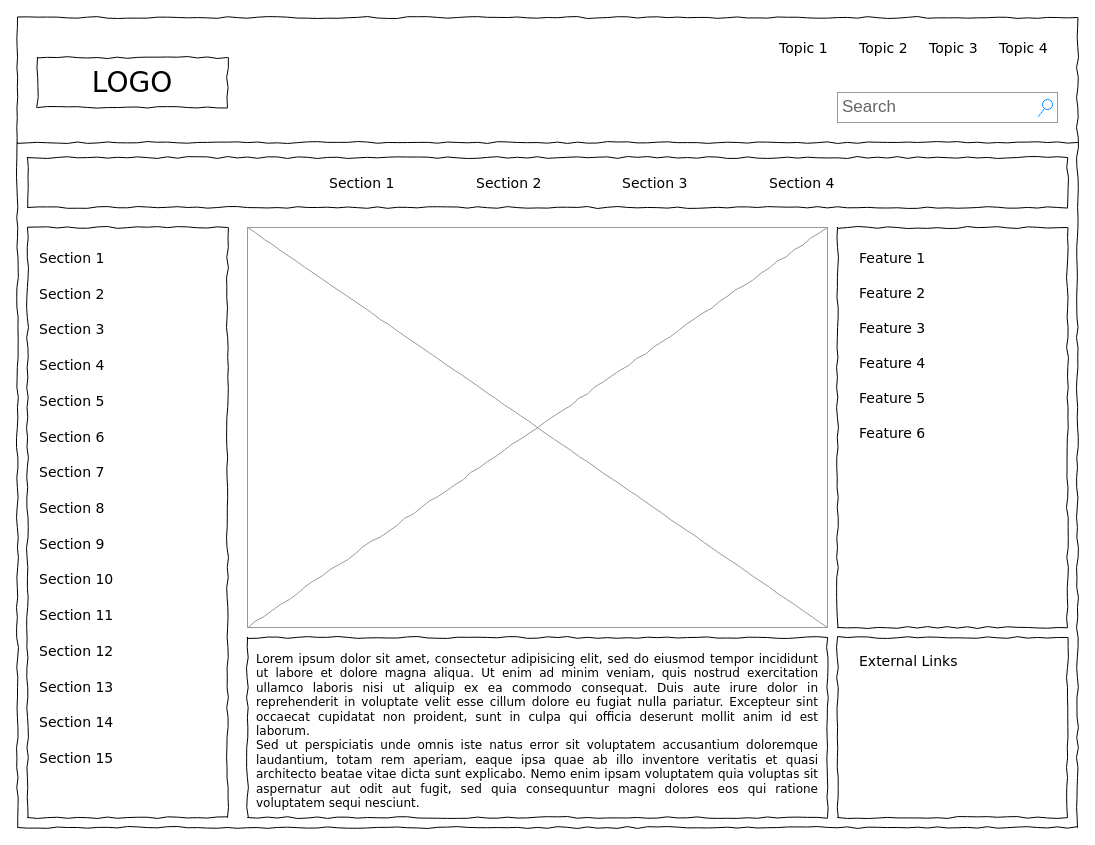
The draw.io diagram Confirmation Page.drawio in Janani-Manoharan/CovidDots, before the edit. Source tidied: cells renumbered, new cells numbered last; positions are measured from the earlier drawing's top-left corner, leaving out a move shared by most shapes. Both pictures are drawn from the tidied source at 100%, with x=0, y=0 at pixel (17, 17).
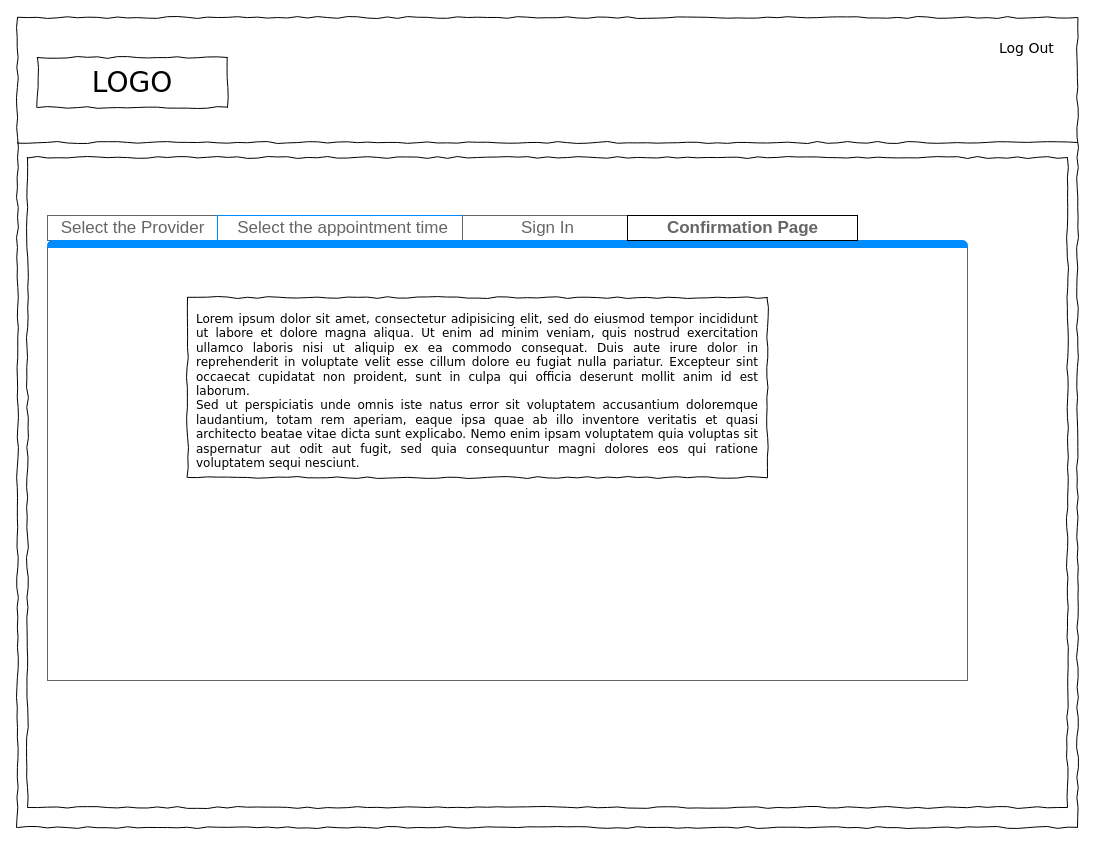
The same page after the edit.

Change to the diagram source:
```diff
@@
-    <mxCell id="4" value="Search" style="strokeWidth=1;shadow=0;dashed=0;align=center;html=1;shape=mxgraph.mockup.forms.searchBox;strokeColor=#999999;mainText=;strokeColor2=#008cff;fontColor=#666666;fontSize=17;align=left;spacingLeft=3;rounded=0;labelBackgroundColor=none;comic=1;" parent="1" vertex="1">
-      <mxGeometry x="820" y="75" width="220" height="30" as="geometry" />
-    </mxCell>
-    <mxCell id="5" value="Topic 1" style="text;html=1;align=left;verticalAlign=top;spacingTop=-4;fontSize=14;fontFamily=Verdana;" parent="1" vertex="1">
-      <mxGeometry x="760" y="20" width="60" height="20" as="geometry" />
-    </mxCell>
-    <mxCell id="6" value="Topic 2" style="text;html=1;align=left;verticalAlign=top;spacingTop=-4;fontSize=14;fontFamily=Verdana;" parent="1" vertex="1">
-      <mxGeometry x="840" y="20" width="60" height="20" as="geometry" />
-    </mxCell>
-    <mxCell id="7" value="Topic 3" style="text;html=1;align=left;verticalAlign=top;spacingTop=-4;fontSize=14;fontFamily=Verdana;" parent="1" vertex="1">
-      <mxGeometry x="910" y="20" width="60" height="20" as="geometry" />
-    </mxCell>
-    <mxCell id="8" value="Topic 4" style="text;html=1;align=left;verticalAlign=top;spacingTop=-4;fontSize=14;fontFamily=Verdana;" parent="1" vertex="1">
+    <mxCell id="8" value="Log Out" style="text;html=1;align=left;verticalAlign=top;spacingTop=-4;fontSize=14;fontFamily=Verdana;" parent="1" vertex="1">
       <mxGeometry x="980" y="20" width="60" height="20" as="geometry" />
     </mxCell>
-    <mxCell id="9" style="whiteSpace=wrap;html=1;rounded=0;shadow=0;labelBackgroundColor=none;strokeWidth=1;fillColor=none;fontFamily=Verdana;fontSize=12;align=center;comic=1;" parent="1" vertex="1">
-      <mxGeometry x="10" y="210" width="200" height="590" as="geometry" />
-    </mxCell>
@@
     <mxCell id="11" style="whiteSpace=wrap;html=1;rounded=0;shadow=0;labelBackgroundColor=none;strokeWidth=1;fillColor=none;fontFamily=Verdana;fontSize=12;align=center;comic=1;" parent="1" vertex="1">
-      <mxGeometry x="10" y="140" width="1040" height="50" as="geometry" />
+      <mxGeometry x="10" y="140" width="1040" height="650" as="geometry" />
     </mxCell>
-    <mxCell id="12" value="Section 1" style="text;html=1;align=left;verticalAlign=top;spacingTop=-4;fontSize=14;fontFamily=Verdana;" parent="1" vertex="1">
-      <mxGeometry x="310" y="155" width="60" height="20" as="geometry" />
-    </mxCell>
-    <mxCell id="13" value="Section 2" style="text;html=1;align=left;verticalAlign=top;spacingTop=-4;fontSize=14;fontFamily=Verdana;" parent="1" vertex="1">
-      <mxGeometry x="457" y="155" width="60" height="20" as="geometry" />
-    </mxCell>
-    <mxCell id="14" value="Section 3" style="text;html=1;align=left;verticalAlign=top;spacingTop=-4;fontSize=14;fontFamily=Verdana;" parent="1" vertex="1">
-      <mxGeometry x="603" y="155" width="60" height="20" as="geometry" />
-    </mxCell>
-    <mxCell id="15" value="Section 4" style="text;html=1;align=left;verticalAlign=top;spacingTop=-4;fontSize=14;fontFamily=Verdana;" parent="1" vertex="1">
-      <mxGeometry x="750" y="155" width="60" height="20" as="geometry" />
-    </mxCell>
+    <mxCell id="42" style="strokeWidth=1;shadow=0;dashed=0;align=center;html=1;shape=mxgraph.mockup.containers.marginRect2;rectMarginTop=32;strokeColor=#666666;gradientColor=none;" parent="1" vertex="1">
+      <mxGeometry x="30" y="198" width="920" height="465" as="geometry" />
+    </mxCell>
+    <mxCell id="43" value="Select the Provider" style="strokeColor=inherit;fillColor=inherit;gradientColor=inherit;strokeWidth=1;shadow=0;dashed=0;align=center;html=1;shape=mxgraph.mockup.containers.rrect;rSize=0;fontSize=17;fontColor=#666666;gradientColor=none;" parent="42" vertex="1">
+      <mxGeometry width="170" height="25" relative="1" as="geometry" />
+    </mxCell>
+    <mxCell id="44" value="&lt;font color=&quot;#666666&quot;&gt;Select the appointment time&lt;/font&gt;" style="strokeWidth=1;shadow=0;dashed=0;align=center;html=1;shape=mxgraph.mockup.containers.rrect;rSize=0;fontSize=17;fontColor=#ffffff;strokeColor=#008cff;fillColor=none;" parent="42" vertex="1">
+      <mxGeometry width="250" height="25" relative="1" as="geometry">
+        <mxPoint x="170" as="offset" />
+      </mxGeometry>
+    </mxCell>
+    <mxCell id="45" value="Sign In" style="strokeColor=inherit;fillColor=inherit;gradientColor=inherit;strokeWidth=1;shadow=0;dashed=0;align=center;html=1;shape=mxgraph.mockup.containers.rrect;rSize=0;fontSize=17;fontColor=#666666;gradientColor=none;" parent="42" vertex="1">
+      <mxGeometry width="170" height="25" relative="1" as="geometry">
+        <mxPoint x="415" as="offset" />
+      </mxGeometry>
+    </mxCell>
+    <mxCell id="46" style="strokeWidth=1;shadow=0;dashed=0;align=center;html=1;shape=mxgraph.mockup.containers.topButton;rSize=5;strokeColor=#008cff;fillColor=#008cff;gradientColor=none;" parent="42" vertex="1">
+      <mxGeometry width="920" height="7" relative="1" as="geometry">
+        <mxPoint y="25" as="offset" />
+      </mxGeometry>
+    </mxCell>
-    <mxCell id="16" value="&lt;div style=&quot;text-align: justify&quot;&gt;&lt;span&gt;Lorem ipsum dolor sit amet, consectetur adipisicing elit, sed do eiusmod tempor incididunt ut labore et dolore magna aliqua. Ut enim ad minim veniam, quis nostrud exercitation ullamco laboris nisi ut aliquip ex ea commodo consequat. Duis aute irure dolor in reprehenderit in voluptate velit esse cillum dolore eu fugiat nulla pariatur. Excepteur sint occaecat cupidatat non proident, sunt in culpa qui officia deserunt mollit anim id est laborum.&lt;/span&gt;&lt;/div&gt;&lt;div style=&quot;text-align: justify&quot;&gt;&lt;span&gt;Sed ut perspiciatis unde omnis iste natus error sit voluptatem accusantium doloremque laudantium, totam rem aperiam, eaque ipsa quae ab illo inventore veritatis et quasi architecto beatae vitae dicta sunt explicabo. Nemo enim ipsam voluptatem quia voluptas sit aspernatur aut odit aut fugit, sed quia consequuntur magni dolores eos qui ratione voluptatem sequi nesciunt.&amp;nbsp;&lt;/span&gt;&lt;/div&gt;" style="whiteSpace=wrap;html=1;rounded=0;shadow=0;labelBackgroundColor=none;strokeWidth=1;fillColor=none;fontFamily=Verdana;fontSize=12;align=center;verticalAlign=top;spacing=10;comic=1;" parent="1" vertex="1">
-      <mxGeometry x="230" y="620" width="580" height="180" as="geometry" />
+    <mxCell id="16" value="&lt;div style=&quot;text-align: justify&quot;&gt;&lt;span&gt;Lorem ipsum dolor sit amet, consectetur adipisicing elit, sed do eiusmod tempor incididunt ut labore et dolore magna aliqua. Ut enim ad minim veniam, quis nostrud exercitation ullamco laboris nisi ut aliquip ex ea commodo consequat. Duis aute irure dolor in reprehenderit in voluptate velit esse cillum dolore eu fugiat nulla pariatur. Excepteur sint occaecat cupidatat non proident, sunt in culpa qui officia deserunt mollit anim id est laborum.&lt;/span&gt;&lt;/div&gt;&lt;div style=&quot;text-align: justify&quot;&gt;&lt;span&gt;Sed ut perspiciatis unde omnis iste natus error sit voluptatem accusantium doloremque laudantium, totam rem aperiam, eaque ipsa quae ab illo inventore veritatis et quasi architecto beatae vitae dicta sunt explicabo. Nemo enim ipsam voluptatem quia voluptas sit aspernatur aut odit aut fugit, sed quia consequuntur magni dolores eos qui ratione voluptatem sequi nesciunt.&amp;nbsp;&lt;/span&gt;&lt;/div&gt;" style="whiteSpace=wrap;html=1;rounded=0;shadow=0;labelBackgroundColor=none;strokeWidth=1;fillColor=none;fontFamily=Verdana;fontSize=12;align=center;verticalAlign=top;spacing=10;comic=1;" parent="42" vertex="1">
+      <mxGeometry x="140" y="82" width="580" height="180" as="geometry" />
     </mxCell>
-    <mxCell id="17" style="verticalLabelPosition=bottom;shadow=0;dashed=0;align=center;html=1;verticalAlign=top;strokeWidth=1;shape=mxgraph.mockup.graphics.simpleIcon;strokeColor=#999999;rounded=0;labelBackgroundColor=none;fontFamily=Verdana;fontSize=14;fontColor=#000000;comic=1;" parent="1" vertex="1">
-      <mxGeometry x="230" y="210" width="580" height="400" as="geometry" />
-    </mxCell>
-    <mxCell id="18" style="whiteSpace=wrap;html=1;rounded=0;shadow=0;labelBackgroundColor=none;strokeWidth=1;fillColor=none;fontFamily=Verdana;fontSize=12;align=center;comic=1;" parent="1" vertex="1">
-      <mxGeometry x="820" y="210" width="230" height="400" as="geometry" />
-    </mxCell>
-    <mxCell id="19" style="whiteSpace=wrap;html=1;rounded=0;shadow=0;labelBackgroundColor=none;strokeWidth=1;fillColor=none;fontFamily=Verdana;fontSize=12;align=center;comic=1;" parent="1" vertex="1">
-      <mxGeometry x="820" y="620" width="230" height="180" as="geometry" />
-    </mxCell>
-    <mxCell id="20" value="Section 1" style="text;html=1;align=left;verticalAlign=top;spacingTop=-4;fontSize=14;fontFamily=Verdana;" parent="1" vertex="1">
-      <mxGeometry x="20" y="230" width="170" height="20" as="geometry" />
-    </mxCell>
-    <mxCell id="21" value="Section 2" style="text;html=1;align=left;verticalAlign=top;spacingTop=-4;fontSize=14;fontFamily=Verdana;" parent="1" vertex="1">
-      <mxGeometry x="20" y="266" width="170" height="20" as="geometry" />
-    </mxCell>
-    <mxCell id="22" value="Section 3" style="text;html=1;align=left;verticalAlign=top;spacingTop=-4;fontSize=14;fontFamily=Verdana;" parent="1" vertex="1">
-      <mxGeometry x="20" y="301" width="170" height="20" as="geometry" />
-    </mxCell>
-    <mxCell id="23" value="Section 4" style="text;html=1;align=left;verticalAlign=top;spacingTop=-4;fontSize=14;fontFamily=Verdana;" parent="1" vertex="1">
-      <mxGeometry x="20" y="337" width="170" height="20" as="geometry" />
-    </mxCell>
-    <mxCell id="24" value="Section 7" style="text;html=1;align=left;verticalAlign=top;spacingTop=-4;fontSize=14;fontFamily=Verdana;" parent="1" vertex="1">
-      <mxGeometry x="20" y="444" width="170" height="20" as="geometry" />
-    </mxCell>
-    <mxCell id="25" value="Section 8" style="text;html=1;align=left;verticalAlign=top;spacingTop=-4;fontSize=14;fontFamily=Verdana;" parent="1" vertex="1">
-      <mxGeometry x="20" y="480" width="170" height="20" as="geometry" />
-    </mxCell>
-    <mxCell id="26" value="Section 9" style="text;html=1;align=left;verticalAlign=top;spacingTop=-4;fontSize=14;fontFamily=Verdana;" parent="1" vertex="1">
-      <mxGeometry x="20" y="516" width="170" height="20" as="geometry" />
-    </mxCell>
-    <mxCell id="27" value="Section 10" style="text;html=1;align=left;verticalAlign=top;spacingTop=-4;fontSize=14;fontFamily=Verdana;" parent="1" vertex="1">
-      <mxGeometry x="20" y="551" width="170" height="20" as="geometry" />
-    </mxCell>
-    <mxCell id="28" value="Section 11" style="text;html=1;align=left;verticalAlign=top;spacingTop=-4;fontSize=14;fontFamily=Verdana;" parent="1" vertex="1">
-      <mxGeometry x="20" y="587" width="170" height="20" as="geometry" />
-    </mxCell>
-    <mxCell id="29" value="Section 12" style="text;html=1;align=left;verticalAlign=top;spacingTop=-4;fontSize=14;fontFamily=Verdana;" parent="1" vertex="1">
-      <mxGeometry x="20" y="623" width="170" height="20" as="geometry" />
-    </mxCell>
-    <mxCell id="30" value="Section 13" style="text;html=1;align=left;verticalAlign=top;spacingTop=-4;fontSize=14;fontFamily=Verdana;" parent="1" vertex="1">
-      <mxGeometry x="20" y="659" width="170" height="20" as="geometry" />
-    </mxCell>
-    <mxCell id="31" value="Section 14" style="text;html=1;align=left;verticalAlign=top;spacingTop=-4;fontSize=14;fontFamily=Verdana;" parent="1" vertex="1">
-      <mxGeometry x="20" y="694" width="170" height="20" as="geometry" />
-    </mxCell>
-    <mxCell id="32" value="Section 5" style="text;html=1;align=left;verticalAlign=top;spacingTop=-4;fontSize=14;fontFamily=Verdana;" parent="1" vertex="1">
-      <mxGeometry x="20" y="373" width="170" height="20" as="geometry" />
-    </mxCell>
-    <mxCell id="33" value="Section 6" style="text;html=1;align=left;verticalAlign=top;spacingTop=-4;fontSize=14;fontFamily=Verdana;" parent="1" vertex="1">
-      <mxGeometry x="20" y="409" width="170" height="20" as="geometry" />
-    </mxCell>
-    <mxCell id="34" value="Section 15" style="text;html=1;align=left;verticalAlign=top;spacingTop=-4;fontSize=14;fontFamily=Verdana;" parent="1" vertex="1">
-      <mxGeometry x="20" y="730" width="170" height="20" as="geometry" />
-    </mxCell>
-    <mxCell id="35" value="External Links" style="text;html=1;align=left;verticalAlign=top;spacingTop=-4;fontSize=14;fontFamily=Verdana;" parent="1" vertex="1">
-      <mxGeometry x="840" y="633" width="170" height="20" as="geometry" />
-    </mxCell>
-    <mxCell id="36" value="Feature 1" style="text;html=1;align=left;verticalAlign=top;spacingTop=-4;fontSize=14;fontFamily=Verdana;" parent="1" vertex="1">
-      <mxGeometry x="840" y="230" width="170" height="20" as="geometry" />
-    </mxCell>
-    <mxCell id="37" value="Feature 2" style="text;html=1;align=left;verticalAlign=top;spacingTop=-4;fontSize=14;fontFamily=Verdana;" parent="1" vertex="1">
-      <mxGeometry x="840" y="265" width="170" height="20" as="geometry" />
-    </mxCell>
-    <mxCell id="38" value="Feature 3" style="text;html=1;align=left;verticalAlign=top;spacingTop=-4;fontSize=14;fontFamily=Verdana;" parent="1" vertex="1">
-      <mxGeometry x="840" y="300" width="170" height="20" as="geometry" />
-    </mxCell>
-    <mxCell id="39" value="Feature 4" style="text;html=1;align=left;verticalAlign=top;spacingTop=-4;fontSize=14;fontFamily=Verdana;" parent="1" vertex="1">
-      <mxGeometry x="840" y="335" width="170" height="20" as="geometry" />
-    </mxCell>
-    <mxCell id="40" value="Feature 5" style="text;html=1;align=left;verticalAlign=top;spacingTop=-4;fontSize=14;fontFamily=Verdana;" parent="1" vertex="1">
-      <mxGeometry x="840" y="370" width="170" height="20" as="geometry" />
-    </mxCell>
-    <mxCell id="41" value="Feature 6" style="text;html=1;align=left;verticalAlign=top;spacingTop=-4;fontSize=14;fontFamily=Verdana;" parent="1" vertex="1">
-      <mxGeometry x="840" y="405" width="170" height="20" as="geometry" />
-    </mxCell>
+    <mxCell id="47" value="&lt;b&gt;Confirmation Page&lt;/b&gt;" style="strokeColor=inherit;fillColor=inherit;gradientColor=inherit;strokeWidth=1;shadow=0;dashed=0;align=center;html=1;shape=mxgraph.mockup.containers.rrect;rSize=0;fontSize=17;fontColor=#666666;gradientColor=none;" parent="1" vertex="1">
+      <mxGeometry x="610" y="198" width="230" height="25" as="geometry" />
+    </mxCell>
```
